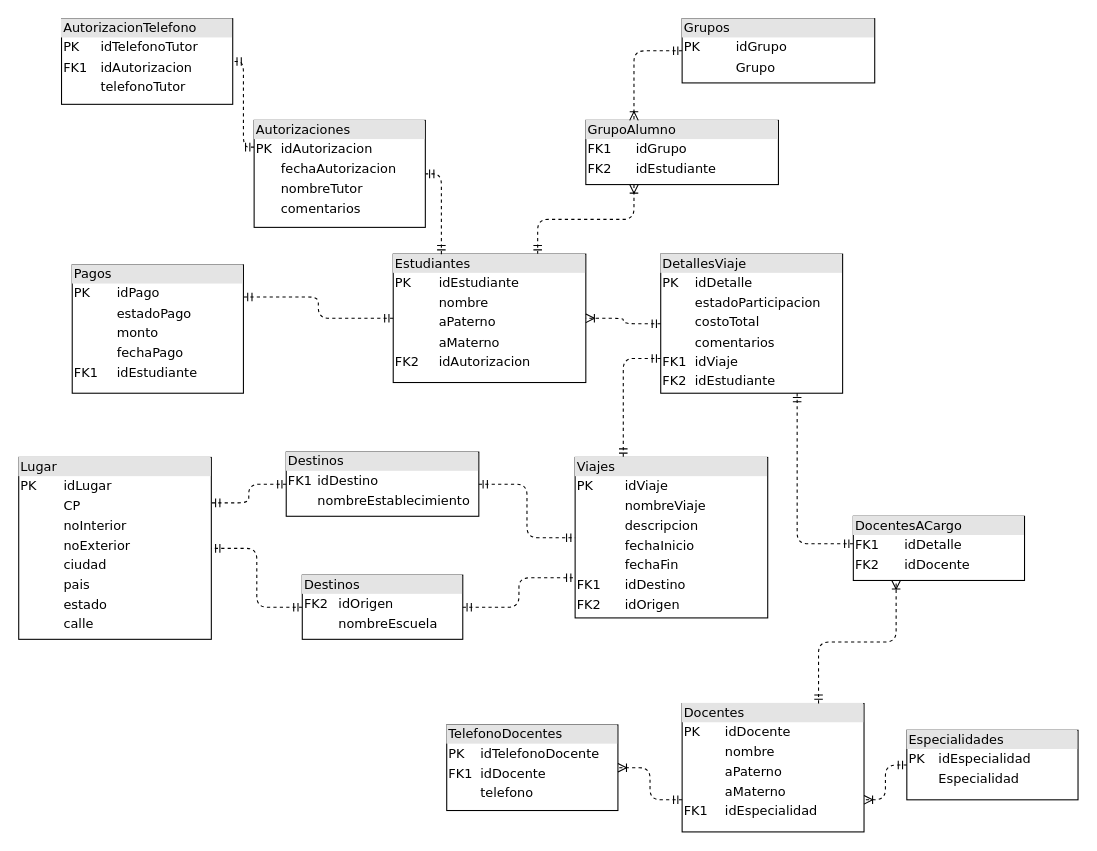
The draw.io diagram proyecto/DiagramaRelacionalNormalizado.drawio in ShyAd1/Database, before the edit. Source tidied: cells renumbered, new cells numbered last; positions are measured from the earlier drawing's top-left corner, leaving out a move shared by most shapes. Both pictures are drawn from the tidied source at 107%, with x=0, y=0 at pixel (18, 18).
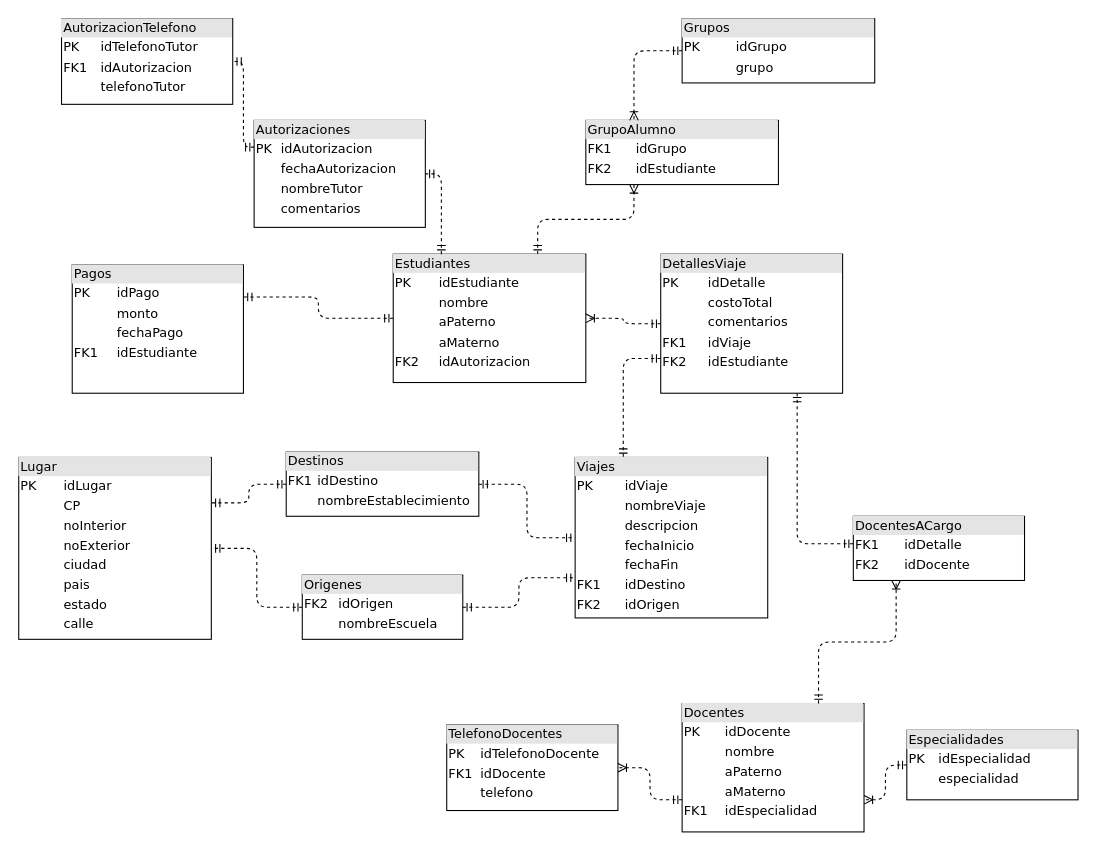
After the change.

Change to the diagram source:
```diff
@@
-    <mxCell id="5" value="&lt;div style=&quot;box-sizing:border-box;width:100%;background:#e4e4e4;padding:2px;&quot;&gt;Grupos&lt;/div&gt;&lt;table style=&quot;width:100%;font-size:1em;&quot; cellpadding=&quot;2&quot; cellspacing=&quot;0&quot;&gt;&lt;tbody&gt;&lt;tr&gt;&lt;td&gt;PK&lt;/td&gt;&lt;td&gt;idGrupo&lt;/td&gt;&lt;/tr&gt;&lt;tr&gt;&lt;td&gt;&lt;br&gt;&lt;/td&gt;&lt;td&gt;Grupo&lt;/td&gt;&lt;/tr&gt;&lt;/tbody&gt;&lt;/table&gt;" style="verticalAlign=top;align=left;overflow=fill;html=1;rounded=0;shadow=0;comic=0;labelBackgroundColor=none;strokeWidth=1;fontFamily=Verdana;fontSize=12;" parent="1" vertex="1">
+    <mxCell id="5" value="&lt;div style=&quot;box-sizing:border-box;width:100%;background:#e4e4e4;padding:2px;&quot;&gt;Grupos&lt;/div&gt;&lt;table style=&quot;width:100%;font-size:1em;&quot; cellpadding=&quot;2&quot; cellspacing=&quot;0&quot;&gt;&lt;tbody&gt;&lt;tr&gt;&lt;td&gt;PK&lt;/td&gt;&lt;td&gt;idGrupo&lt;/td&gt;&lt;/tr&gt;&lt;tr&gt;&lt;td&gt;&lt;br&gt;&lt;/td&gt;&lt;td&gt;grupo&lt;/td&gt;&lt;/tr&gt;&lt;/tbody&gt;&lt;/table&gt;" style="verticalAlign=top;align=left;overflow=fill;html=1;rounded=0;shadow=0;comic=0;labelBackgroundColor=none;strokeWidth=1;fontFamily=Verdana;fontSize=12;" parent="1" vertex="1">
       <mxGeometry x="620" width="180" height="60" as="geometry" />
     </mxCell>
@@
-    <mxCell id="11" value="&lt;div style=&quot;box-sizing:border-box;width:100%;background:#e4e4e4;padding:2px;&quot;&gt;DetallesViaje&lt;/div&gt;&lt;table style=&quot;width:100%;font-size:1em;&quot; cellpadding=&quot;2&quot; cellspacing=&quot;0&quot;&gt;&lt;tbody&gt;&lt;tr&gt;&lt;td&gt;PK&lt;/td&gt;&lt;td&gt;idDetalle&lt;/td&gt;&lt;/tr&gt;&lt;tr&gt;&lt;td&gt;&lt;/td&gt;&lt;td&gt;estadoParticipacion&lt;/td&gt;&lt;/tr&gt;&lt;tr&gt;&lt;td&gt;&lt;br&gt;&lt;/td&gt;&lt;td&gt;costoTotal&lt;/td&gt;&lt;/tr&gt;&lt;tr&gt;&lt;td&gt;&lt;br&gt;&lt;/td&gt;&lt;td&gt;comentarios&lt;/td&gt;&lt;/tr&gt;&lt;tr&gt;&lt;td&gt;FK1&lt;/td&gt;&lt;td&gt;idViaje&lt;/td&gt;&lt;/tr&gt;&lt;tr&gt;&lt;td&gt;FK2&lt;/td&gt;&lt;td&gt;idEstudiante&lt;/td&gt;&lt;/tr&gt;&lt;/tbody&gt;&lt;/table&gt;" style="verticalAlign=top;align=left;overflow=fill;html=1;rounded=0;shadow=0;comic=0;labelBackgroundColor=none;strokeWidth=1;fontFamily=Verdana;fontSize=12;" parent="1" vertex="1">
+    <mxCell id="11" value="&lt;div style=&quot;box-sizing:border-box;width:100%;background:#e4e4e4;padding:2px;&quot;&gt;DetallesViaje&lt;/div&gt;&lt;table style=&quot;width:100%;font-size:1em;&quot; cellpadding=&quot;2&quot; cellspacing=&quot;0&quot;&gt;&lt;tbody&gt;&lt;tr&gt;&lt;td&gt;PK&lt;/td&gt;&lt;td&gt;idDetalle&lt;/td&gt;&lt;/tr&gt;&lt;tr&gt;&lt;td&gt;&lt;br&gt;&lt;/td&gt;&lt;td&gt;costoTotal&lt;/td&gt;&lt;/tr&gt;&lt;tr&gt;&lt;td&gt;&lt;br&gt;&lt;/td&gt;&lt;td&gt;comentarios&lt;/td&gt;&lt;/tr&gt;&lt;tr&gt;&lt;td&gt;FK1&lt;/td&gt;&lt;td&gt;idViaje&lt;/td&gt;&lt;/tr&gt;&lt;tr&gt;&lt;td&gt;FK2&lt;/td&gt;&lt;td&gt;idEstudiante&lt;/td&gt;&lt;/tr&gt;&lt;/tbody&gt;&lt;/table&gt;" style="verticalAlign=top;align=left;overflow=fill;html=1;rounded=0;shadow=0;comic=0;labelBackgroundColor=none;strokeWidth=1;fontFamily=Verdana;fontSize=12;" parent="1" vertex="1">
       <mxGeometry x="600" y="220" width="170" height="130" as="geometry" />
     </mxCell>
@@
-    <mxCell id="18" value="&lt;div style=&quot;box-sizing:border-box;width:100%;background:#e4e4e4;padding:2px;&quot;&gt;Especialidades&lt;/div&gt;&lt;table style=&quot;width:100%;font-size:1em;&quot; cellpadding=&quot;2&quot; cellspacing=&quot;0&quot;&gt;&lt;tbody&gt;&lt;tr&gt;&lt;td&gt;PK&lt;/td&gt;&lt;td&gt;idEspecialidad&lt;/td&gt;&lt;/tr&gt;&lt;tr&gt;&lt;td&gt;&lt;br&gt;&lt;/td&gt;&lt;td&gt;Especialidad&lt;/td&gt;&lt;/tr&gt;&lt;/tbody&gt;&lt;/table&gt;" style="verticalAlign=top;align=left;overflow=fill;html=1;rounded=0;shadow=0;comic=0;labelBackgroundColor=none;strokeWidth=1;fontFamily=Verdana;fontSize=12;" parent="1" vertex="1">
+    <mxCell id="18" value="&lt;div style=&quot;box-sizing:border-box;width:100%;background:#e4e4e4;padding:2px;&quot;&gt;Especialidades&lt;/div&gt;&lt;table style=&quot;width:100%;font-size:1em;&quot; cellpadding=&quot;2&quot; cellspacing=&quot;0&quot;&gt;&lt;tbody&gt;&lt;tr&gt;&lt;td&gt;PK&lt;/td&gt;&lt;td&gt;idEspecialidad&lt;/td&gt;&lt;/tr&gt;&lt;tr&gt;&lt;td&gt;&lt;br&gt;&lt;/td&gt;&lt;td&gt;especialidad&lt;/td&gt;&lt;/tr&gt;&lt;/tbody&gt;&lt;/table&gt;" style="verticalAlign=top;align=left;overflow=fill;html=1;rounded=0;shadow=0;comic=0;labelBackgroundColor=none;strokeWidth=1;fontFamily=Verdana;fontSize=12;" parent="1" vertex="1">
       <mxGeometry x="830" y="665" width="160" height="65" as="geometry" />
     </mxCell>
@@
-    <mxCell id="23" value="&lt;div style=&quot;box-sizing:border-box;width:100%;background:#e4e4e4;padding:2px;&quot;&gt;Pagos&lt;/div&gt;&lt;table style=&quot;width:100%;font-size:1em;&quot; cellpadding=&quot;2&quot; cellspacing=&quot;0&quot;&gt;&lt;tbody&gt;&lt;tr&gt;&lt;td&gt;PK&lt;/td&gt;&lt;td&gt;idPago&lt;/td&gt;&lt;/tr&gt;&lt;tr&gt;&lt;td&gt;&lt;/td&gt;&lt;td&gt;estadoPago&lt;/td&gt;&lt;/tr&gt;&lt;tr&gt;&lt;td&gt;&lt;br&gt;&lt;/td&gt;&lt;td&gt;monto&lt;/td&gt;&lt;/tr&gt;&lt;tr&gt;&lt;td&gt;&lt;br&gt;&lt;/td&gt;&lt;td&gt;fechaPago&lt;/td&gt;&lt;/tr&gt;&lt;tr&gt;&lt;td&gt;FK1&lt;/td&gt;&lt;td&gt;idEstudiante&lt;/td&gt;&lt;/tr&gt;&lt;/tbody&gt;&lt;/table&gt;" style="verticalAlign=top;align=left;overflow=fill;html=1;rounded=0;shadow=0;comic=0;labelBackgroundColor=none;strokeWidth=1;fontFamily=Verdana;fontSize=12;" parent="1" vertex="1">
+    <mxCell id="23" value="&lt;div style=&quot;box-sizing:border-box;width:100%;background:#e4e4e4;padding:2px;&quot;&gt;Pagos&lt;/div&gt;&lt;table style=&quot;width:100%;font-size:1em;&quot; cellpadding=&quot;2&quot; cellspacing=&quot;0&quot;&gt;&lt;tbody&gt;&lt;tr&gt;&lt;td&gt;PK&lt;/td&gt;&lt;td&gt;idPago&lt;/td&gt;&lt;/tr&gt;&lt;tr&gt;&lt;td&gt;&lt;br&gt;&lt;/td&gt;&lt;td&gt;monto&lt;/td&gt;&lt;/tr&gt;&lt;tr&gt;&lt;td&gt;&lt;br&gt;&lt;/td&gt;&lt;td&gt;fechaPago&lt;/td&gt;&lt;/tr&gt;&lt;tr&gt;&lt;td&gt;FK1&lt;/td&gt;&lt;td&gt;idEstudiante&lt;/td&gt;&lt;/tr&gt;&lt;/tbody&gt;&lt;/table&gt;" style="verticalAlign=top;align=left;overflow=fill;html=1;rounded=0;shadow=0;comic=0;labelBackgroundColor=none;strokeWidth=1;fontFamily=Verdana;fontSize=12;" parent="1" vertex="1">
       <mxGeometry x="50" y="230" width="160" height="120" as="geometry" />
     </mxCell>
@@
-    <mxCell id="27" value="&lt;div style=&quot;box-sizing:border-box;width:100%;background:#e4e4e4;padding:2px;&quot;&gt;Destinos&lt;/div&gt;&lt;table style=&quot;width:100%;font-size:1em;&quot; cellpadding=&quot;2&quot; cellspacing=&quot;0&quot;&gt;&lt;tbody&gt;&lt;tr&gt;&lt;td&gt;FK2&lt;/td&gt;&lt;td&gt;idOrigen&lt;/td&gt;&lt;/tr&gt;&lt;tr&gt;&lt;td&gt;&lt;br&gt;&lt;/td&gt;&lt;td&gt;nombreEscuela&lt;/td&gt;&lt;/tr&gt;&lt;/tbody&gt;&lt;/table&gt;" style="verticalAlign=top;align=left;overflow=fill;html=1;rounded=0;shadow=0;comic=0;labelBackgroundColor=none;strokeWidth=1;fontFamily=Verdana;fontSize=12;" parent="1" vertex="1">
+    <mxCell id="27" value="&lt;div style=&quot;box-sizing:border-box;width:100%;background:#e4e4e4;padding:2px;&quot;&gt;Origenes&lt;/div&gt;&lt;table style=&quot;width:100%;font-size:1em;&quot; cellpadding=&quot;2&quot; cellspacing=&quot;0&quot;&gt;&lt;tbody&gt;&lt;tr&gt;&lt;td&gt;FK2&lt;/td&gt;&lt;td&gt;idOrigen&lt;/td&gt;&lt;/tr&gt;&lt;tr&gt;&lt;td&gt;&lt;br&gt;&lt;/td&gt;&lt;td&gt;nombreEscuela&lt;/td&gt;&lt;/tr&gt;&lt;/tbody&gt;&lt;/table&gt;" style="verticalAlign=top;align=left;overflow=fill;html=1;rounded=0;shadow=0;comic=0;labelBackgroundColor=none;strokeWidth=1;fontFamily=Verdana;fontSize=12;" parent="1" vertex="1">
       <mxGeometry x="265" y="520" width="150" height="60" as="geometry" />
     </mxCell>
```
